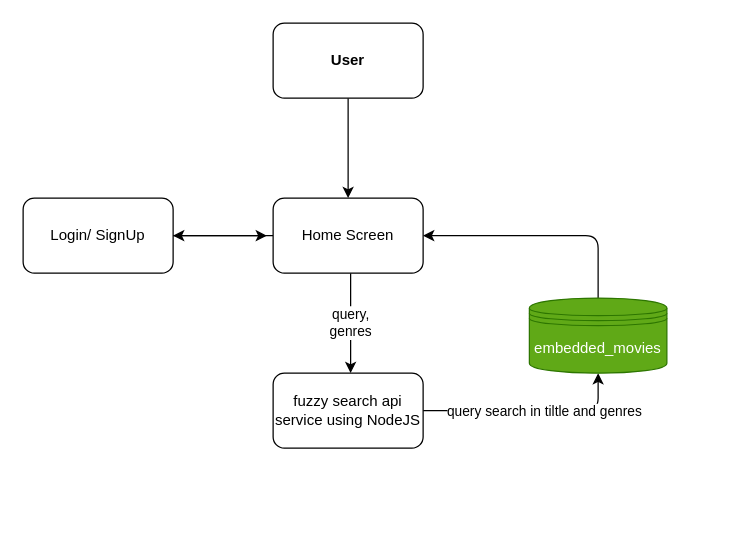
Before: design_and_requirements/fuzzySearch.drawio in Movie-Flex/movie-search, a draw.io diagram. Source tidied: cells renumbered, new cells numbered last; positions are measured from the earlier drawing's top-left corner, leaving out a move shared by most shapes. Both pictures are drawn from the tidied source at 125%, with x=0, y=0 at pixel (22, 22).
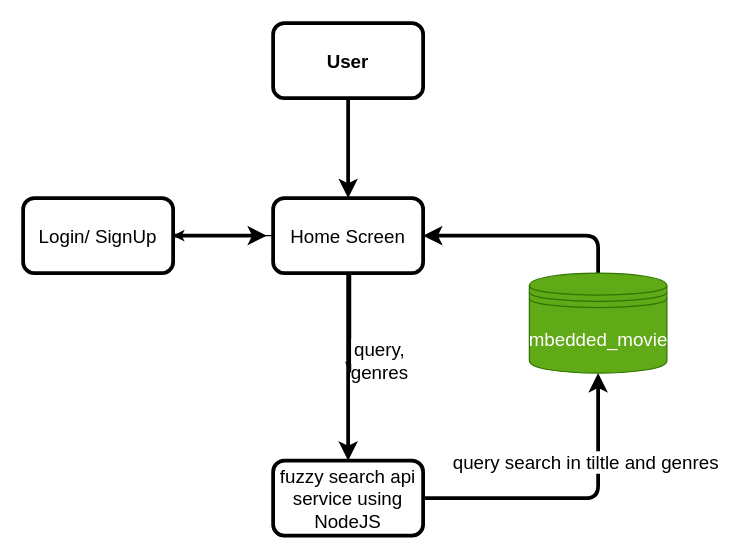
The same page after the edit.

Change to the diagram source:
```diff
@@
-    <mxCell id="2" style="edgeStyle=none;html=1;" parent="1" edge="1" source="3" target="6">
+    <mxCell id="2" style="edgeStyle=none;html=1;strokeWidth=3;" parent="1" edge="1" source="3" target="6">
       <mxGeometry relative="1" as="geometry" />
     </mxCell>
-    <mxCell id="3" value="&lt;b&gt;User&lt;/b&gt;" style="rounded=1;whiteSpace=wrap;html=1;" parent="1" vertex="1">
+    <mxCell id="3" value="&lt;b&gt;&lt;font style=&quot;font-size: 15px;&quot;&gt;User&lt;/font&gt;&lt;/b&gt;" style="rounded=1;whiteSpace=wrap;html=1;strokeWidth=3;" parent="1" vertex="1">
       <mxGeometry x="200" width="120" height="60" as="geometry" />
     </mxCell>
@@
-    <mxCell id="5" value="query,&lt;br&gt;genres" style="edgeStyle=none;html=1;" parent="1" edge="1">
-      <mxGeometry relative="1" as="geometry">
+    <mxCell id="5" value="&lt;font style=&quot;font-size: 15px;&quot;&gt;query,&lt;br&gt;genres&lt;/font&gt;" style="edgeStyle=none;html=1;" parent="1" edge="1">
+      <mxGeometry x="0.75" y="23" relative="1" as="geometry">
         <mxPoint x="262" y="200" as="sourcePoint" />
         <mxPoint x="262" y="280" as="targetPoint" />
         <Array as="points">
           <mxPoint x="262" y="240" />
         </Array>
       </mxGeometry>
     </mxCell>
+    <mxCell id="14" style="edgeStyle=none;html=1;strokeWidth=3;" parent="1" edge="1" source="6" target="11">
+      <mxGeometry relative="1" as="geometry" />
+    </mxCell>
-    <mxCell id="6" value="Home Screen" style="whiteSpace=wrap;html=1;rounded=1;" parent="1" vertex="1">
+    <mxCell id="6" value="&lt;font style=&quot;font-size: 15px;&quot;&gt;Home Screen&lt;/font&gt;" style="whiteSpace=wrap;html=1;rounded=1;strokeWidth=3;" parent="1" vertex="1">
       <mxGeometry x="200" y="140" width="120" height="60" as="geometry" />
     </mxCell>
-    <mxCell id="7" style="edgeStyle=none;html=1;" parent="1" edge="1" source="8">
+    <mxCell id="7" style="edgeStyle=none;html=1;strokeWidth=3;" parent="1" edge="1" source="8">
       <mxGeometry relative="1" as="geometry">
         <mxPoint x="195" y="170" as="targetPoint" />
       </mxGeometry>
     </mxCell>
-    <mxCell id="8" value="Login/ SignUp" style="whiteSpace=wrap;html=1;rounded=1;" parent="1" vertex="1">
+    <mxCell id="8" value="&lt;font style=&quot;font-size: 15px;&quot;&gt;Login/ SignUp&lt;/font&gt;" style="whiteSpace=wrap;html=1;rounded=1;strokeWidth=3;" parent="1" vertex="1">
       <mxGeometry y="140" width="120" height="60" as="geometry" />
     </mxCell>
-    <mxCell id="9" style="edgeStyle=none;html=1;exitX=1;exitY=0.5;exitDx=0;exitDy=0;entryX=0.5;entryY=1;entryDx=0;entryDy=0;" parent="1" edge="1" source="11" target="13">
+    <mxCell id="9" style="edgeStyle=none;html=1;exitX=1;exitY=0.5;exitDx=0;exitDy=0;entryX=0.5;entryY=1;entryDx=0;entryDy=0;strokeWidth=3;" parent="1" edge="1" source="11" target="13">
       <mxGeometry relative="1" as="geometry">
         <Array as="points">
-          <mxPoint x="460" y="310" />
+          <mxPoint x="460" y="380" />
         </Array>
       </mxGeometry>
     </mxCell>
-    <mxCell id="10" value="query search in tiltle and genres" style="edgeLabel;html=1;align=center;verticalAlign=middle;" parent="9" vertex="1">
+    <mxCell id="10" value="&lt;font style=&quot;font-size: 15px;&quot;&gt;query search in tiltle and genres&lt;/font&gt;" style="edgeLabel;html=1;align=center;verticalAlign=middle;" parent="9" vertex="1">
       <mxGeometry x="-0.04" y="3" relative="1" as="geometry">
-        <mxPoint x="14" y="3" as="offset" />
+        <mxPoint x="14" y="-27" as="offset" />
       </mxGeometry>
     </mxCell>
-    <mxCell id="11" value="fuzzy search api&lt;br&gt;service using NodeJS" style="whiteSpace=wrap;html=1;rounded=1;" parent="1" vertex="1">
-      <mxGeometry x="200" y="280" width="120" height="60" as="geometry" />
+    <mxCell id="11" value="&lt;font style=&quot;font-size: 15px;&quot;&gt;fuzzy search api&lt;br&gt;service using NodeJS&lt;/font&gt;" style="whiteSpace=wrap;html=1;rounded=1;strokeWidth=3;" parent="1" vertex="1">
+      <mxGeometry x="200" y="350" width="120" height="60" as="geometry" />
     </mxCell>
-    <mxCell id="12" style="edgeStyle=none;html=1;entryX=1;entryY=0.5;entryDx=0;entryDy=0;" parent="1" edge="1" source="13" target="6">
+    <mxCell id="12" style="edgeStyle=none;html=1;entryX=1;entryY=0.5;entryDx=0;entryDy=0;strokeWidth=3;" parent="1" edge="1" source="13" target="6">
       <mxGeometry relative="1" as="geometry">
         <Array as="points">
           <mxPoint x="460" y="170" />
         </Array>
       </mxGeometry>
     </mxCell>
-    <mxCell id="13" value="embedded_movies&lt;br&gt;" style="shape=datastore;whiteSpace=wrap;html=1;fillColor=#60a917;fontColor=#ffffff;strokeColor=#2D7600;" parent="1" vertex="1">
-      <mxGeometry x="405" y="220" width="110" height="60" as="geometry" />
+    <mxCell id="13" value="&lt;font style=&quot;font-size: 15px;&quot;&gt;embedded_movies&lt;/font&gt;" style="shape=datastore;whiteSpace=wrap;html=1;fillColor=#60a917;fontColor=#ffffff;strokeColor=#2D7600;" parent="1" vertex="1">
+      <mxGeometry x="405" y="200" width="110" height="80" as="geometry" />
     </mxCell>
```
